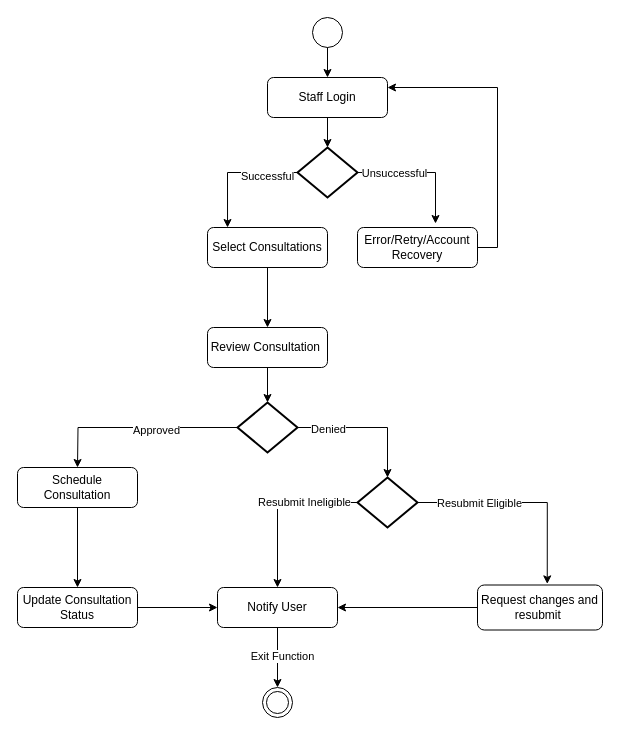
Above: Consultation Activity-Staff.drawio in janjdev/CTL (draw.io), before the change. Source tidied: cells renumbered, new cells numbered last; positions are measured from the earlier drawing's top-left corner, leaving out a move shared by most shapes. Both pictures are drawn from the tidied source at 100%, with x=0, y=0 at pixel (17, 17).
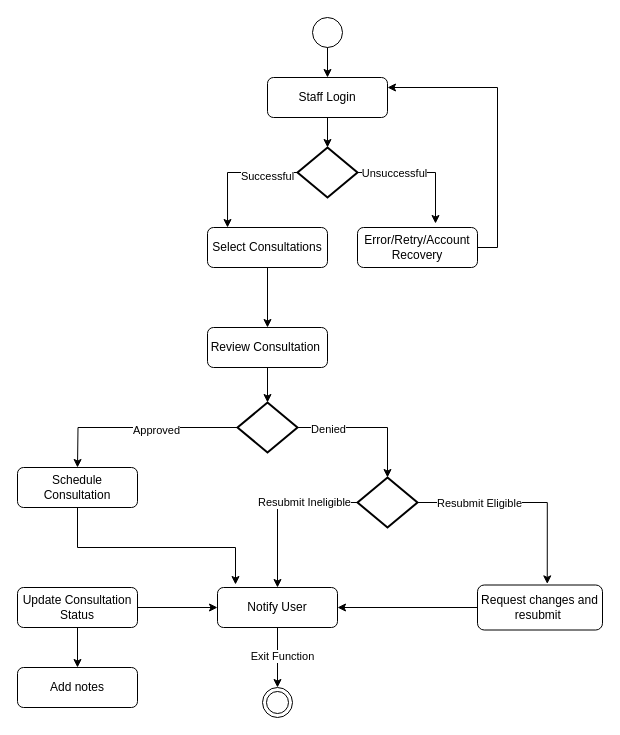
The same page after the edit.

Unchanged cells that the change refers to:
```xml
<mxCell id="21" value="Schedule Consultation" style="rounded=1;whiteSpace=wrap;html=1;glass=0;strokeWidth=1;shadow=0;" parent="1" vertex="1">
  <mxGeometry y="450" width="120" height="40" as="geometry" />
</mxCell>
<mxCell id="26" value="Notify User" style="rounded=1;whiteSpace=wrap;html=1;glass=0;strokeWidth=1;shadow=0;" parent="1" vertex="1">
  <mxGeometry x="200" y="570" width="120" height="40" as="geometry" />
</mxCell>
<mxCell id="36" value="Update Consultation Status" style="rounded=1;whiteSpace=wrap;html=1;glass=0;strokeWidth=1;shadow=0;" parent="1" vertex="1">
  <mxGeometry y="570" width="120" height="40" as="geometry" />
</mxCell>
```

Diff of the diagram source:
```diff
@@
-    <mxCell id="20" style="edgeStyle=orthogonalEdgeStyle;rounded=0;jettySize=auto;html=1;exitX=0.5;exitY=1;exitDx=0;exitDy=0;entryX=0.5;entryY=0;entryDx=0;entryDy=0;" parent="1" edge="1" source="21" target="36">
+    <mxCell id="20" style="edgeStyle=orthogonalEdgeStyle;rounded=0;jettySize=auto;html=1;exitX=0.5;exitY=1;exitDx=0;exitDy=0;entryX=0.15;entryY=-0.075;entryDx=0;entryDy=0;entryPerimeter=0;" parent="1" edge="1" source="21" target="26">
       <mxGeometry relative="1" as="geometry" />
     </mxCell>
@@
+    <mxCell id="37" style="edgeStyle=orthogonalEdgeStyle;rounded=0;jettySize=auto;html=1;exitX=0.5;exitY=1;exitDx=0;exitDy=0;entryX=0.5;entryY=0;entryDx=0;entryDy=0;" parent="1" edge="1" source="36" target="38">
+      <mxGeometry relative="1" as="geometry" />
+    </mxCell>
@@
+    <mxCell id="38" value="Add notes" style="rounded=1;whiteSpace=wrap;html=1;glass=0;strokeWidth=1;shadow=0;" parent="1" vertex="1">
+      <mxGeometry y="650" width="120" height="40" as="geometry" />
+    </mxCell>
```
